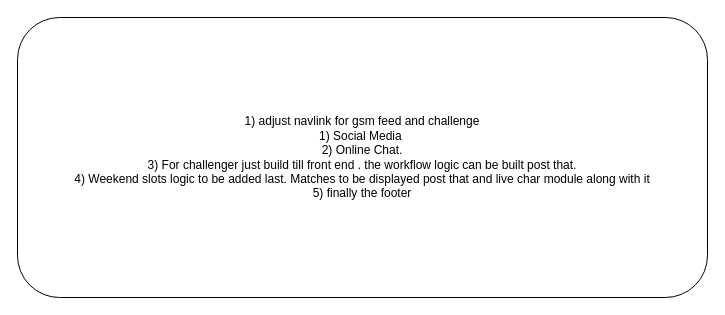
snair0410/cv keeps this draw.io diagram as page "What is pending" (6 of 7) of Untitled Diagram.drawio. Above is the earlier version. Source tidied: cells renumbered, new cells numbered last; positions are measured from the earlier drawing's top-left corner, leaving out a move shared by most shapes. Both pictures are drawn from the tidied source at 100%, with x=0, y=0 at pixel (17, 17).
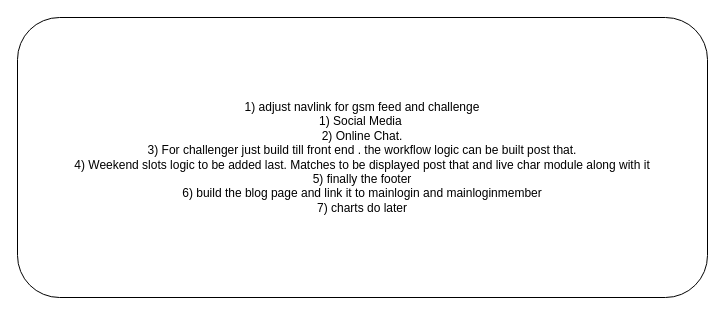
Above is the later version.

Change to the diagram source:
```diff
@@
 <mxGraphModel>
   <root>
     <mxCell id="0" />
     <mxCell id="1" parent="0" />
-    <mxCell id="2" value="1) adjust navlink for gsm feed and challenge&lt;br&gt;1) Social Media&amp;nbsp;&lt;br&gt;2) Online Chat.&lt;br&gt;3) For challenger just build till front end . the workflow logic can be built post that.&lt;br&gt;4) Weekend slots logic to be added last. Matches to be displayed post that and live char module along with it&lt;br&gt;5) finally the footer" style="rounded=1;whiteSpace=wrap;html=1;" parent="1" vertex="1">
+    <mxCell id="2" value="1) adjust navlink for gsm feed and challenge&lt;br&gt;1) Social Media&amp;nbsp;&lt;br&gt;2) Online Chat.&lt;br&gt;3) For challenger just build till front end . the workflow logic can be built post that.&lt;br&gt;4) Weekend slots logic to be added last. Matches to be displayed post that and live char module along with it&lt;br&gt;5) finally the footer&lt;br&gt;6) build the blog page and link it to mainlogin and mainloginmember&lt;br&gt;7) charts do later" style="rounded=1;whiteSpace=wrap;html=1;" parent="1" vertex="1">
       <mxGeometry width="690" height="280" as="geometry" />
     </mxCell>
   </root>
 </mxGraphModel>
```
